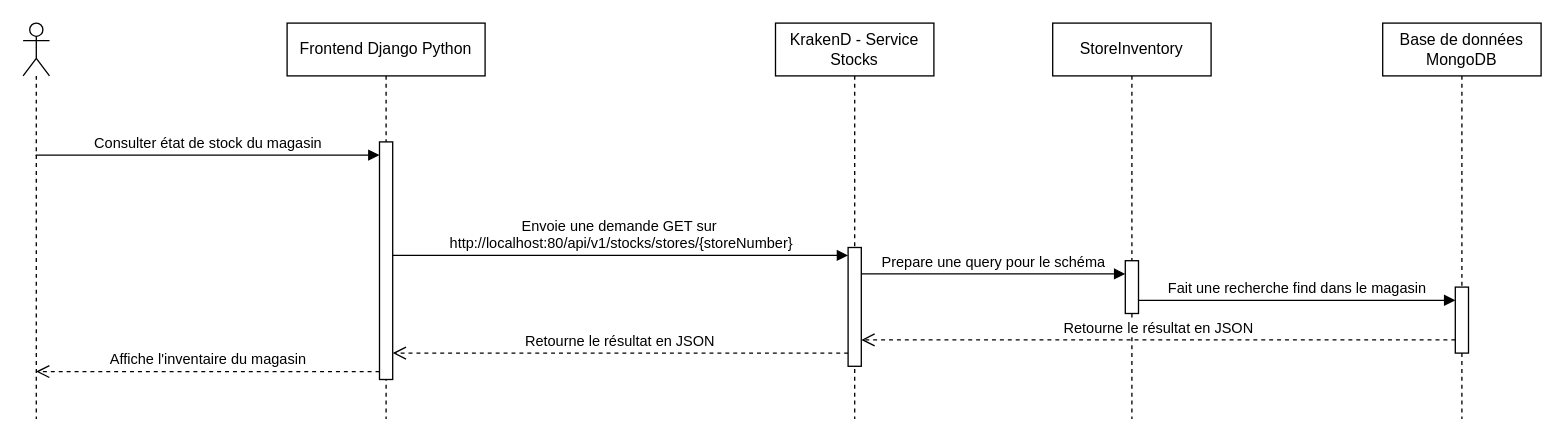
The draw.io diagram docs/UML/Vues_de_processus/diag_voir_stock_magasin.drawio in PraMaks/LOG430_Labo_0, before the edit. Source tidied: cells renumbered, new cells numbered last; positions are measured from the earlier drawing's top-left corner, leaving out a move shared by most shapes. Both pictures are drawn from the tidied source at 132%, with x=0, y=0 at pixel (22, 22).
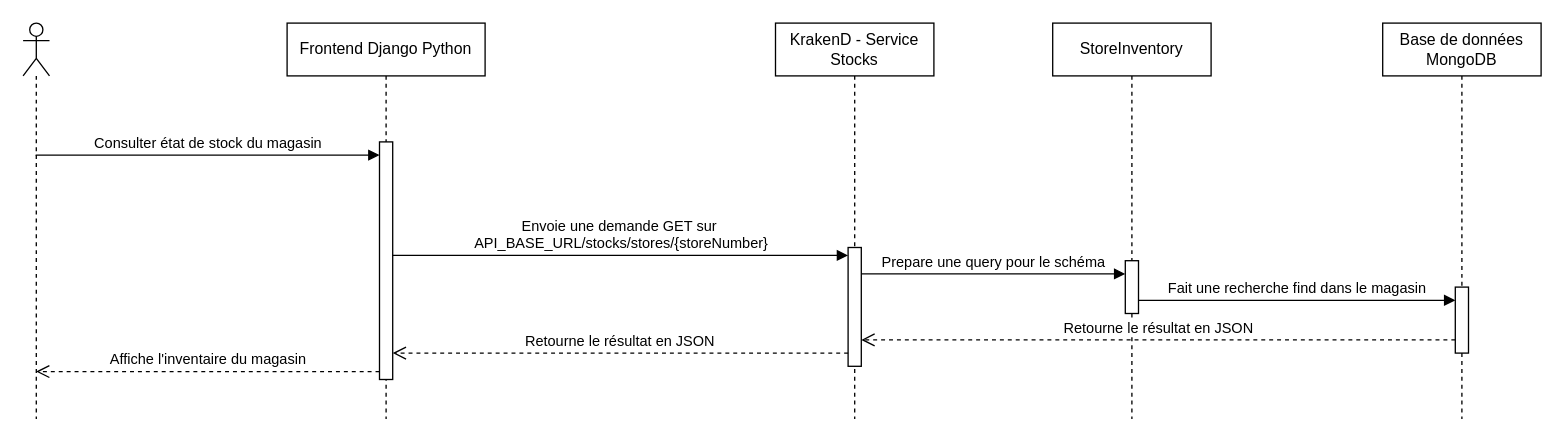
The same page after the edit.

Unchanged cells that the change refers to:
```xml
<mxCell id="3" style="html=1;points=[];perimeter=orthogonalPerimeter;outlineConnect=0;targetShapes=umlLifeline;portConstraint=eastwest;newEdgeStyle={&quot;edgeStyle&quot;:&quot;elbowEdgeStyle&quot;,&quot;elbow&quot;:&quot;vertical&quot;,&quot;curved&quot;:0,&quot;rounded&quot;:0};" parent="2" vertex="1">
  <mxGeometry x="70" y="90" width="10" height="180" as="geometry" />
</mxCell>
```

The edit, as a diff of the source:
```diff
@@
-    <mxCell id="12" value="Envoie une demande GET sur&amp;nbsp;&lt;div&gt;http://localhost:80/api/v1/stocks/stores/{storeNumber}&lt;/div&gt;" style="html=1;verticalAlign=bottom;endArrow=block;edgeStyle=elbowEdgeStyle;elbow=vertical;curved=0;rounded=0;" parent="1" edge="1" source="3">
+    <mxCell id="12" value="Envoie une demande GET sur&amp;nbsp;&lt;div&gt;API_BASE_URL/stocks/stores/{storeNumber}&lt;/div&gt;" style="html=1;verticalAlign=bottom;endArrow=block;edgeStyle=elbowEdgeStyle;elbow=vertical;curved=0;rounded=0;" parent="1" edge="1" source="3">
       <mxGeometry relative="1" as="geometry">
         <mxPoint x="625" y="176" as="targetPoint" />
         <Array as="points">
           <mxPoint x="385.5" y="176" />
         </Array>
       </mxGeometry>
     </mxCell>
```
